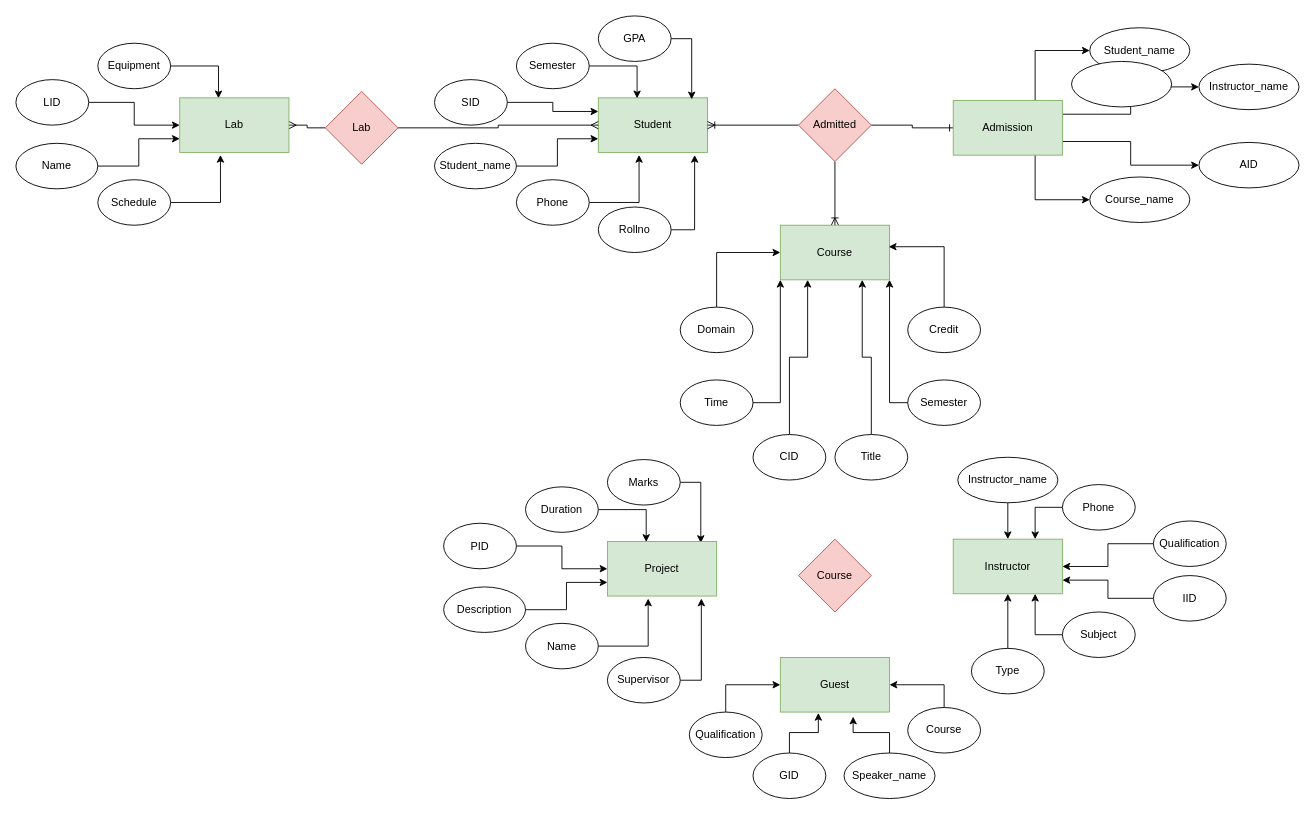
Before: database.drawio in sujalthakuri/h, a draw.io diagram. Source tidied: cells renumbered, new cells numbered last; positions are measured from the earlier drawing's top-left corner, leaving out a move shared by most shapes. Both pictures are drawn from the tidied source at 91%, with x=0, y=0 at pixel (15, 15).
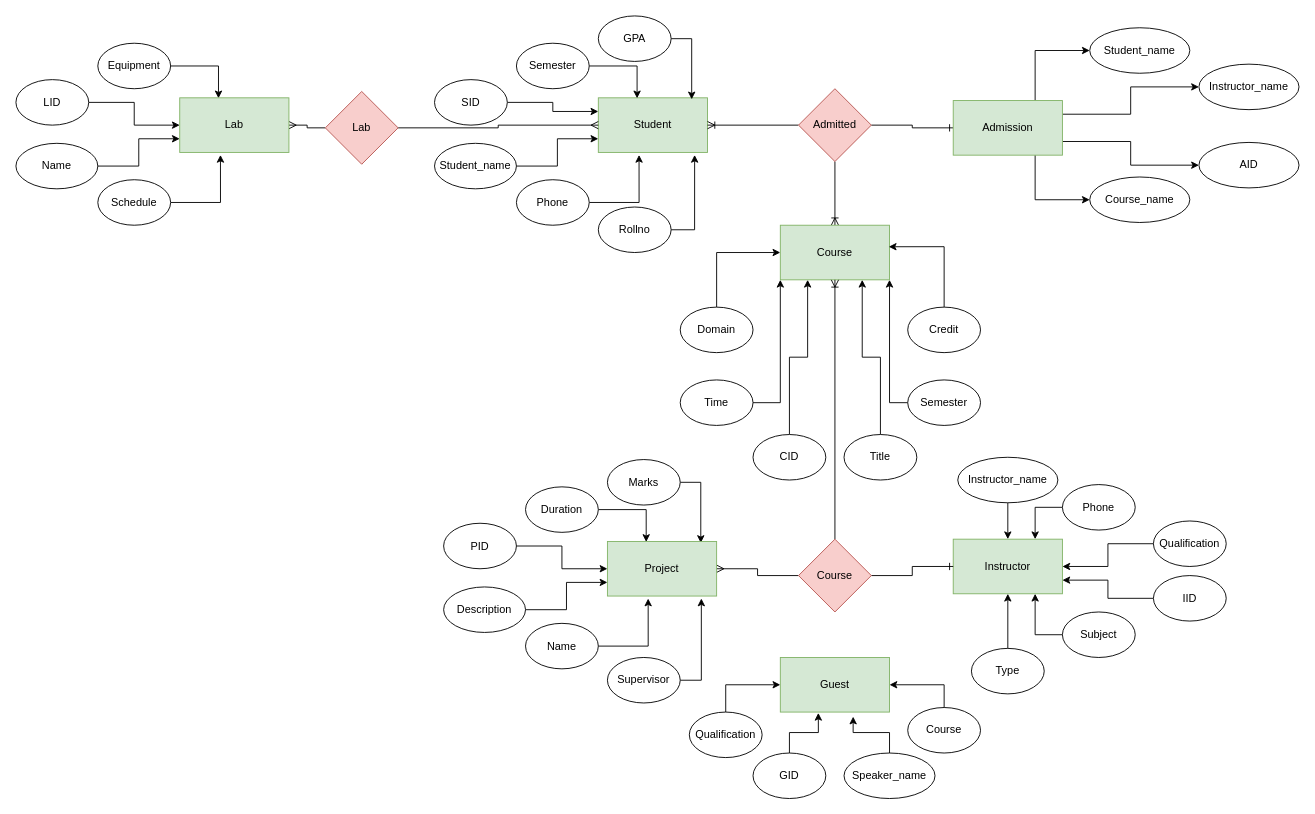
After the change.

The change refers to these unchanged cells:
```xml
<mxCell id="19" value="Instructor" style="rounded=0;whiteSpace=wrap;html=1;fillColor=#d5e8d4;strokeColor=#82b366;" parent="1" vertex="1">
  <mxGeometry x="1030" y="575" width="120" height="60" as="geometry" />
</mxCell>
<mxCell id="32" value="Course" style="rounded=0;whiteSpace=wrap;html=1;fillColor=#d5e8d4;strokeColor=#82b366;" parent="1" vertex="1">
  <mxGeometry x="840" y="230" width="120" height="60" as="geometry" />
</mxCell>
<mxCell id="54" value="Course" style="rhombus;whiteSpace=wrap;html=1;fillColor=#f8cecc;strokeColor=#b85450;" parent="1" vertex="1">
  <mxGeometry x="860" y="575" width="80" height="80" as="geometry" />
</mxCell>
<mxCell id="75" value="Project" style="rounded=0;whiteSpace=wrap;html=1;fillColor=#d5e8d4;strokeColor=#82b366;" parent="1" vertex="1">
  <mxGeometry x="650" y="577.5" width="120" height="60" as="geometry" />
</mxCell>
```

The edit, as a diff of the source:
```diff
@@
     <mxCell id="42" value="Title" style="ellipse;whiteSpace=wrap;html=1;" parent="1" vertex="1">
-      <mxGeometry x="900" y="460" width="80" height="50" as="geometry" />
+      <mxGeometry x="910" y="460" width="80" height="50" as="geometry" />
     </mxCell>
@@
+    <mxCell id="90" style="edgeStyle=orthogonalEdgeStyle;rounded=0;jettySize=auto;html=1;exitX=0.5;exitY=0;exitDx=0;exitDy=0;entryX=0.5;entryY=1;entryDx=0;entryDy=0;endArrow=ERoneToMany;endFill=0;" parent="1" edge="1" source="54" target="32">
+      <mxGeometry relative="1" as="geometry" />
+    </mxCell>
+    <mxCell id="91" style="edgeStyle=orthogonalEdgeStyle;rounded=0;jettySize=auto;html=1;exitX=1;exitY=0.5;exitDx=0;exitDy=0;entryX=0;entryY=0.5;entryDx=0;entryDy=0;endArrow=ERone;endFill=0;" parent="1" edge="1" source="54" target="19">
+      <mxGeometry relative="1" as="geometry" />
+    </mxCell>
+    <mxCell id="92" style="edgeStyle=orthogonalEdgeStyle;rounded=0;jettySize=auto;html=1;exitX=0;exitY=0.5;exitDx=0;exitDy=0;entryX=1;entryY=0.5;entryDx=0;entryDy=0;endArrow=ERmany;endFill=0;" parent="1" edge="1" source="54" target="75">
+      <mxGeometry relative="1" as="geometry" />
+    </mxCell>
@@
-    <mxCell id="56" style="ellipse;whiteSpace=wrap;html=1;" parent="1" vertex="1">
-      <mxGeometry x="1160" y="50" width="110" height="50" as="geometry" />
-    </mxCell>
```
